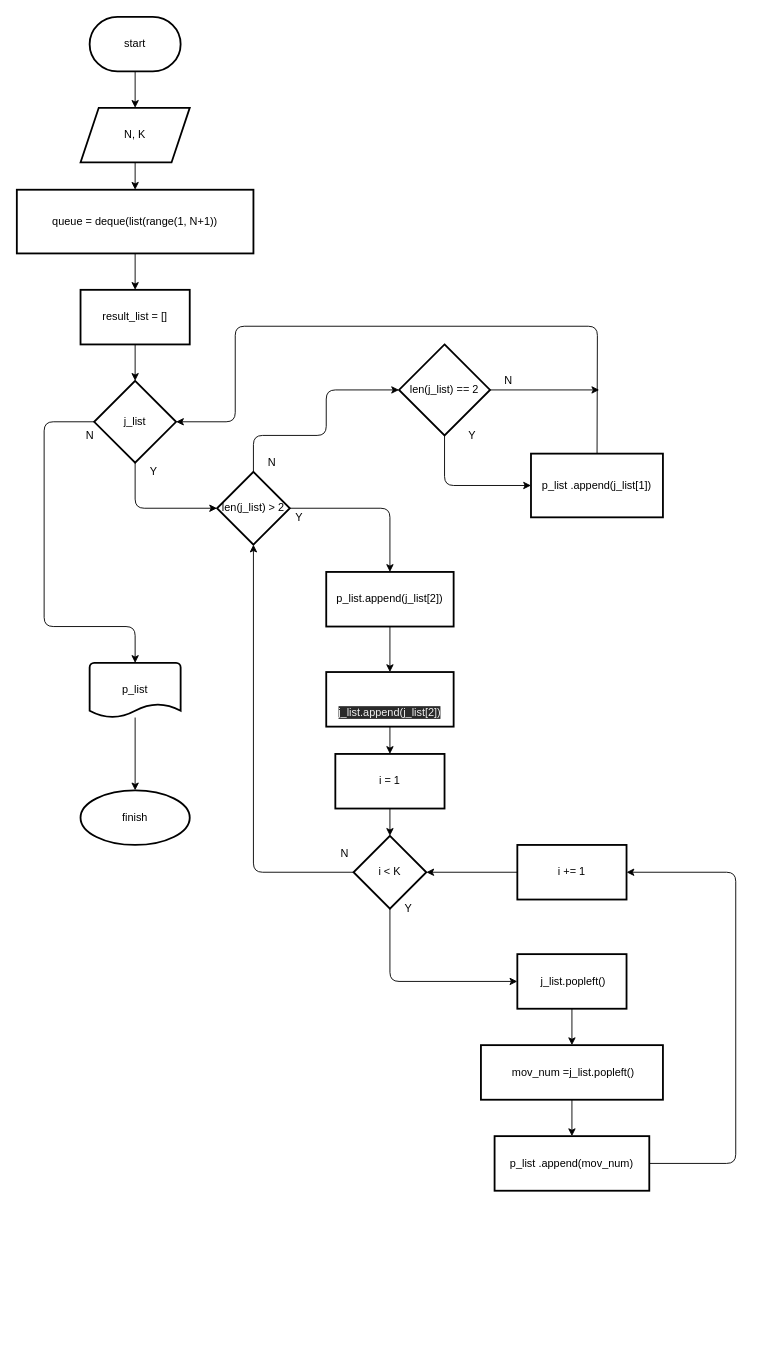
The draw.io diagram stage/20_queue/11866.drawio in Gyeongrok-Oh/boj, before the edit. Source tidied: cells renumbered, new cells numbered last; positions are measured from the earlier drawing's top-left corner, leaving out a move shared by most shapes. Both pictures are drawn from the tidied source at 91%, with x=0, y=0 at pixel (16, 16).
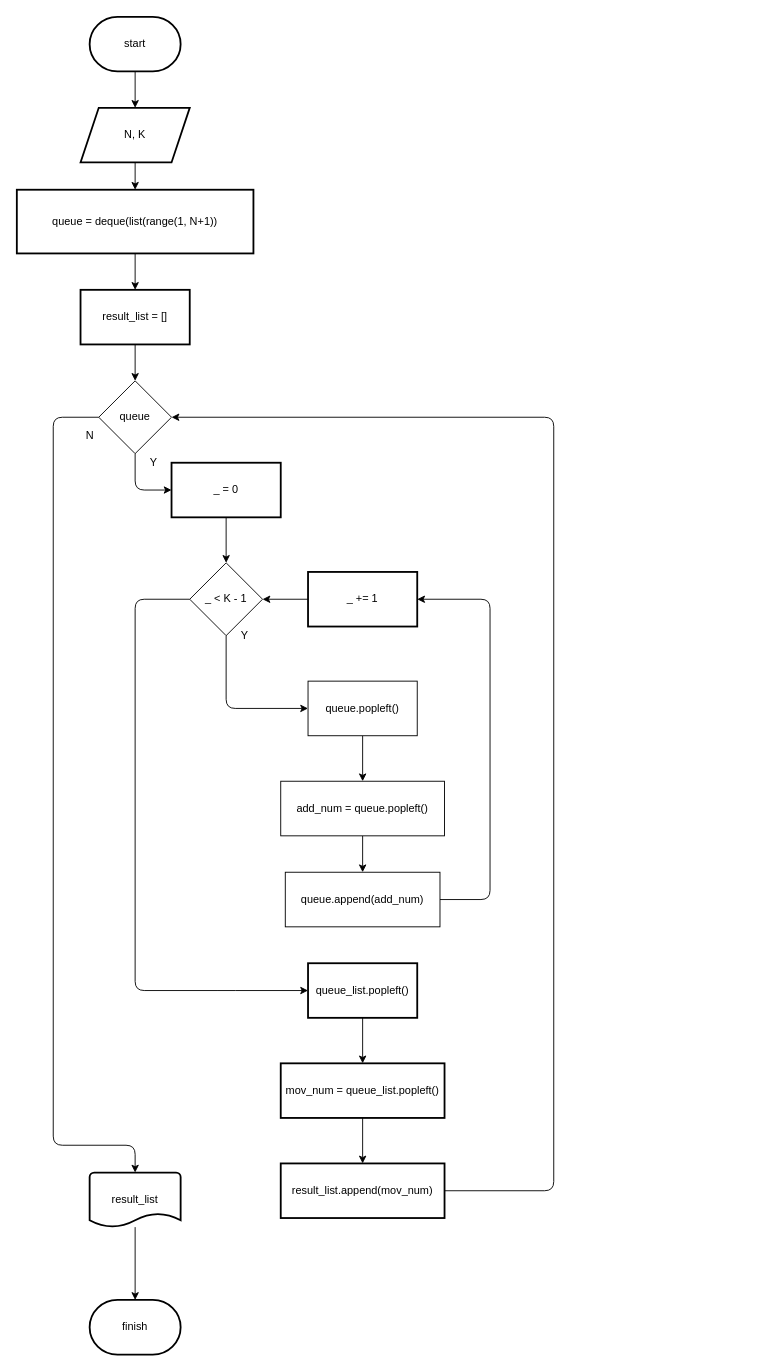
The same page after the edit.

The change refers to these unchanged cells:
```xml
<mxCell id="9" value="result_list = []" style="whiteSpace=wrap;html=1;strokeWidth=2;" parent="1" vertex="1">
  <mxGeometry x="70" y="300" width="120" height="60" as="geometry" />
</mxCell>
```

Change to the diagram source:
```diff
@@
-    <mxCell id="8" style="edgeStyle=none;html=1;" parent="1" edge="1" source="9" target="12">
-      <mxGeometry relative="1" as="geometry" />
+    <mxCell id="8" style="edgeStyle=none;html=1;" parent="1" edge="1" source="9">
+      <mxGeometry relative="1" as="geometry">
+        <mxPoint x="130" y="400" as="targetPoint" />
+      </mxGeometry>
     </mxCell>
@@
-    <mxCell id="10" style="edgeStyle=none;html=1;" parent="1" edge="1" source="12" target="15">
-      <mxGeometry relative="1" as="geometry">
-        <Array as="points">
-          <mxPoint x="130" y="540" />
-        </Array>
-      </mxGeometry>
-    </mxCell>
-    <mxCell id="11" style="edgeStyle=none;html=1;" parent="1" edge="1" source="12">
-      <mxGeometry relative="1" as="geometry">
-        <mxPoint x="130" y="710" as="targetPoint" />
-        <Array as="points">
-          <mxPoint x="30" y="445" />
-          <mxPoint x="30" y="670" />
-          <mxPoint x="130" y="670" />
-        </Array>
-      </mxGeometry>
-    </mxCell>
-    <mxCell id="12" value="j_list" style="rhombus;whiteSpace=wrap;html=1;strokeWidth=2;" parent="1" vertex="1">
-      <mxGeometry x="85" y="400" width="90" height="90" as="geometry" />
-    </mxCell>
-    <mxCell id="13" style="edgeStyle=none;html=1;entryX=0.5;entryY=0;entryDx=0;entryDy=0;" parent="1" edge="1" source="15" target="17">
-      <mxGeometry relative="1" as="geometry">
-        <Array as="points">
-          <mxPoint x="410" y="540" />
-        </Array>
-      </mxGeometry>
-    </mxCell>
-    <mxCell id="14" style="edgeStyle=none;html=1;entryX=0;entryY=0.5;entryDx=0;entryDy=0;entryPerimeter=0;" parent="1" edge="1" source="15" target="37">
-      <mxGeometry relative="1" as="geometry">
-        <Array as="points">
-          <mxPoint x="260" y="460" />
-          <mxPoint x="340" y="460" />
-          <mxPoint x="340" y="410" />
-        </Array>
-      </mxGeometry>
-    </mxCell>
-    <mxCell id="15" value="len(j_list) &amp;gt; 2" style="rhombus;whiteSpace=wrap;html=1;strokeWidth=2;" parent="1" vertex="1">
-      <mxGeometry x="220" y="500" width="80" height="80" as="geometry" />
-    </mxCell>
-    <mxCell id="16" style="edgeStyle=none;html=1;" parent="1" edge="1" source="17" target="19">
-      <mxGeometry relative="1" as="geometry" />
-    </mxCell>
-    <mxCell id="17" value="p_list.append(j_list[2])" style="whiteSpace=wrap;html=1;strokeWidth=2;" parent="1" vertex="1">
-      <mxGeometry x="340" y="610" width="140" height="60" as="geometry" />
-    </mxCell>
-    <mxCell id="18" style="edgeStyle=none;html=1;" parent="1" edge="1" source="19" target="21">
-      <mxGeometry relative="1" as="geometry" />
-    </mxCell>
-    <mxCell id="19" value="&lt;br&gt;&lt;br&gt;&lt;span style=&quot;color: rgb(240 , 240 , 240) ; font-family: &amp;#34;helvetica&amp;#34; ; font-size: 12px ; font-style: normal ; font-weight: 400 ; letter-spacing: normal ; text-align: center ; text-indent: 0px ; text-transform: none ; word-spacing: 0px ; background-color: rgb(42 , 42 , 42) ; display: inline ; float: none&quot;&gt;j_list.append(j_list[2])&lt;/span&gt;&lt;br&gt;" style="whiteSpace=wrap;html=1;strokeWidth=2;" parent="1" vertex="1">
-      <mxGeometry x="340" y="720" width="140" height="60" as="geometry" />
-    </mxCell>
-    <mxCell id="20" style="edgeStyle=none;html=1;" parent="1" edge="1" source="21" target="24">
-      <mxGeometry relative="1" as="geometry" />
-    </mxCell>
-    <mxCell id="21" value="i = 1" style="whiteSpace=wrap;html=1;strokeWidth=2;" parent="1" vertex="1">
-      <mxGeometry x="350" y="810" width="120" height="60" as="geometry" />
-    </mxCell>
-    <mxCell id="22" style="edgeStyle=none;html=1;" parent="1" edge="1" source="24" target="28">
-      <mxGeometry relative="1" as="geometry">
-        <Array as="points">
-          <mxPoint x="410" y="1060" />
-        </Array>
-      </mxGeometry>
-    </mxCell>
-    <mxCell id="23" style="edgeStyle=none;html=1;entryX=0.5;entryY=1;entryDx=0;entryDy=0;" parent="1" edge="1" source="24" target="15">
-      <mxGeometry relative="1" as="geometry">
-        <Array as="points">
-          <mxPoint x="260" y="940" />
-        </Array>
-      </mxGeometry>
-    </mxCell>
-    <mxCell id="24" value="i &amp;lt; K" style="rhombus;whiteSpace=wrap;html=1;strokeWidth=2;" parent="1" vertex="1">
-      <mxGeometry x="370" y="900" width="80" height="80" as="geometry" />
-    </mxCell>
-    <mxCell id="25" style="edgeStyle=none;html=1;" parent="1" edge="1" source="26" target="24">
-      <mxGeometry relative="1" as="geometry" />
-    </mxCell>
-    <mxCell id="26" value="i += 1" style="whiteSpace=wrap;html=1;strokeWidth=2;" parent="1" vertex="1">
-      <mxGeometry x="550" y="910" width="120" height="60" as="geometry" />
-    </mxCell>
-    <mxCell id="27" style="edgeStyle=none;html=1;" parent="1" edge="1" source="28" target="30">
-      <mxGeometry relative="1" as="geometry" />
-    </mxCell>
-    <mxCell id="28" value="&amp;nbsp;j_list.popleft()" style="whiteSpace=wrap;html=1;strokeWidth=2;" parent="1" vertex="1">
-      <mxGeometry x="550" y="1030" width="120" height="60" as="geometry" />
-    </mxCell>
-    <mxCell id="29" style="edgeStyle=none;html=1;" parent="1" edge="1" source="30" target="32">
-      <mxGeometry relative="1" as="geometry" />
-    </mxCell>
-    <mxCell id="30" value="&lt;span&gt;&amp;nbsp;mov_num =j_list.popleft()&lt;/span&gt;" style="whiteSpace=wrap;html=1;strokeWidth=2;" parent="1" vertex="1">
-      <mxGeometry x="510" y="1130" width="200" height="60" as="geometry" />
-    </mxCell>
-    <mxCell id="31" style="edgeStyle=none;html=1;entryX=1;entryY=0.5;entryDx=0;entryDy=0;" parent="1" edge="1" source="32" target="26">
-      <mxGeometry relative="1" as="geometry">
-        <Array as="points">
-          <mxPoint x="790" y="1260" />
-          <mxPoint x="790" y="940" />
-        </Array>
-      </mxGeometry>
-    </mxCell>
-    <mxCell id="32" value="p_list .append(mov_num)" style="whiteSpace=wrap;html=1;strokeWidth=2;" parent="1" vertex="1">
-      <mxGeometry x="525" y="1230" width="170" height="60" as="geometry" />
-    </mxCell>
-    <mxCell id="33" value="Y" style="text;html=1;align=center;verticalAlign=middle;strokeColor=none;fillColor=none;" parent="1" vertex="1">
-      <mxGeometry x="140" y="490" width="20" height="20" as="geometry" />
-    </mxCell>
-    <mxCell id="34" value="Y" style="text;html=1;align=center;verticalAlign=middle;strokeColor=none;fillColor=none;" parent="1" vertex="1">
-      <mxGeometry x="300" y="540" width="20" height="20" as="geometry" />
-    </mxCell>
-    <mxCell id="35" style="edgeStyle=none;html=1;entryX=0;entryY=0.5;entryDx=0;entryDy=0;" parent="1" edge="1" source="37" target="40">
-      <mxGeometry relative="1" as="geometry">
-        <Array as="points">
-          <mxPoint x="470" y="515" />
-        </Array>
-      </mxGeometry>
-    </mxCell>
-    <mxCell id="36" style="edgeStyle=none;html=1;" parent="1" edge="1" source="37">
-      <mxGeometry relative="1" as="geometry">
-        <mxPoint x="640" y="410" as="targetPoint" />
-      </mxGeometry>
-    </mxCell>
-    <mxCell id="37" value="len(j_list) == 2" style="strokeWidth=2;html=1;shape=mxgraph.flowchart.decision;whiteSpace=wrap;" parent="1" vertex="1">
-      <mxGeometry x="420" y="360" width="100" height="100" as="geometry" />
-    </mxCell>
-    <mxCell id="38" value="N" style="text;html=1;align=center;verticalAlign=middle;strokeColor=none;fillColor=none;" parent="1" vertex="1">
-      <mxGeometry x="270" y="480" width="20" height="20" as="geometry" />
-    </mxCell>
-    <mxCell id="39" style="edgeStyle=none;html=1;entryX=1;entryY=0.5;entryDx=0;entryDy=0;" parent="1" edge="1" source="40" target="12">
+    <mxCell id="39" style="edgeStyle=none;html=1;entryX=1;entryY=0.5;entryDx=0;entryDy=0;" parent="1" edge="1">
       <mxGeometry relative="1" as="geometry">
+        <mxPoint x="175" y="445" as="targetPoint" />
         <Array as="points">
           <mxPoint x="638" y="340" />
           <mxPoint x="240" y="340" />
           <mxPoint x="240" y="445" />
         </Array>
       </mxGeometry>
     </mxCell>
-    <mxCell id="40" value="p_list .append(j_list[1])" style="whiteSpace=wrap;html=1;strokeWidth=2;" parent="1" vertex="1">
-      <mxGeometry x="565" y="480" width="145" height="70" as="geometry" />
-    </mxCell>
-    <mxCell id="41" value="Y" style="text;html=1;align=center;verticalAlign=middle;strokeColor=none;fillColor=none;" parent="1" vertex="1">
-      <mxGeometry x="490" y="450" width="20" height="20" as="geometry" />
-    </mxCell>
-    <mxCell id="42" value="N" style="text;html=1;align=center;verticalAlign=middle;strokeColor=none;fillColor=none;" parent="1" vertex="1">
-      <mxGeometry x="530" y="390" width="20" height="20" as="geometry" />
-    </mxCell>
-    <mxCell id="43" style="edgeStyle=none;html=1;" parent="1" edge="1" source="44" target="45">
-      <mxGeometry relative="1" as="geometry" />
-    </mxCell>
-    <mxCell id="44" value="p_list" style="strokeWidth=2;html=1;shape=mxgraph.flowchart.document2;whiteSpace=wrap;size=0.25;" parent="1" vertex="1">
-      <mxGeometry x="80" y="710" width="100" height="60" as="geometry" />
-    </mxCell>
+    <mxCell id="49" style="edgeStyle=none;html=1;entryX=0;entryY=0.5;entryDx=0;entryDy=0;" parent="1" edge="1" source="51" target="53">
+      <mxGeometry relative="1" as="geometry">
+        <Array as="points">
+          <mxPoint x="130" y="520" />
+        </Array>
+      </mxGeometry>
+    </mxCell>
+    <mxCell id="50" style="edgeStyle=none;html=1;" parent="1" edge="1" source="51">
+      <mxGeometry relative="1" as="geometry">
+        <mxPoint x="130" y="1270" as="targetPoint" />
+        <Array as="points">
+          <mxPoint x="40" y="440" />
+          <mxPoint x="40" y="1240" />
+          <mxPoint x="130" y="1240" />
+        </Array>
+      </mxGeometry>
+    </mxCell>
+    <mxCell id="51" value="queue" style="rhombus;whiteSpace=wrap;html=1;" parent="1" vertex="1">
+      <mxGeometry x="90" y="400" width="80" height="80" as="geometry" />
+    </mxCell>
+    <mxCell id="52" style="edgeStyle=none;html=1;" parent="1" edge="1" source="53" target="56">
+      <mxGeometry relative="1" as="geometry" />
+    </mxCell>
+    <mxCell id="53" value="_ = 0" style="whiteSpace=wrap;html=1;strokeWidth=2;" parent="1" vertex="1">
+      <mxGeometry x="170" y="490" width="120" height="60" as="geometry" />
+    </mxCell>
+    <mxCell id="54" style="edgeStyle=none;html=1;" parent="1" edge="1" source="56" target="60">
+      <mxGeometry relative="1" as="geometry">
+        <Array as="points">
+          <mxPoint x="230" y="760" />
+        </Array>
+      </mxGeometry>
+    </mxCell>
+    <mxCell id="55" style="edgeStyle=none;html=1;entryX=0;entryY=0.5;entryDx=0;entryDy=0;" parent="1" edge="1" source="56" target="66">
+      <mxGeometry relative="1" as="geometry">
+        <Array as="points">
+          <mxPoint x="130" y="640" />
+          <mxPoint x="130" y="1070" />
+          <mxPoint x="230" y="1070" />
+        </Array>
+      </mxGeometry>
+    </mxCell>
+    <mxCell id="56" value="_ &amp;lt; K - 1" style="rhombus;whiteSpace=wrap;html=1;" parent="1" vertex="1">
+      <mxGeometry x="190" y="600" width="80" height="80" as="geometry" />
+    </mxCell>
+    <mxCell id="57" style="edgeStyle=none;html=1;" parent="1" edge="1" source="58" target="56">
+      <mxGeometry relative="1" as="geometry" />
+    </mxCell>
+    <mxCell id="58" value="_ += 1" style="whiteSpace=wrap;html=1;strokeWidth=2;" parent="1" vertex="1">
+      <mxGeometry x="320" y="610" width="120" height="60" as="geometry" />
+    </mxCell>
+    <mxCell id="59" style="edgeStyle=none;html=1;" parent="1" edge="1" source="60" target="62">
+      <mxGeometry relative="1" as="geometry" />
+    </mxCell>
+    <mxCell id="60" value="queue.popleft()" style="whiteSpace=wrap;html=1;" parent="1" vertex="1">
+      <mxGeometry x="320" y="730" width="120" height="60" as="geometry" />
+    </mxCell>
+    <mxCell id="61" style="edgeStyle=none;html=1;" parent="1" edge="1" source="62" target="64">
+      <mxGeometry relative="1" as="geometry" />
+    </mxCell>
+    <mxCell id="62" value="add_num = queue.popleft()" style="whiteSpace=wrap;html=1;" parent="1" vertex="1">
+      <mxGeometry x="290" y="840" width="180" height="60" as="geometry" />
+    </mxCell>
+    <mxCell id="63" style="edgeStyle=none;html=1;entryX=1;entryY=0.5;entryDx=0;entryDy=0;" parent="1" edge="1" source="64" target="58">
+      <mxGeometry relative="1" as="geometry">
+        <Array as="points">
+          <mxPoint x="520" y="970" />
+          <mxPoint x="520" y="640" />
+        </Array>
+      </mxGeometry>
+    </mxCell>
+    <mxCell id="64" value="queue.append(add_num)" style="whiteSpace=wrap;html=1;" parent="1" vertex="1">
+      <mxGeometry x="295" y="940" width="170" height="60" as="geometry" />
+    </mxCell>
+    <mxCell id="65" style="edgeStyle=none;html=1;" parent="1" edge="1" source="66" target="69">
+      <mxGeometry relative="1" as="geometry" />
+    </mxCell>
+    <mxCell id="66" value="queue_list.popleft()" style="whiteSpace=wrap;html=1;strokeWidth=2;" parent="1" vertex="1">
+      <mxGeometry x="320" y="1040" width="120" height="60" as="geometry" />
+    </mxCell>
+    <mxCell id="67" value="Y" style="text;html=1;align=center;verticalAlign=middle;strokeColor=none;fillColor=none;" parent="1" vertex="1">
+      <mxGeometry x="240" y="670" width="20" height="20" as="geometry" />
+    </mxCell>
+    <mxCell id="68" style="edgeStyle=none;html=1;" parent="1" edge="1" source="69" target="71">
+      <mxGeometry relative="1" as="geometry" />
+    </mxCell>
+    <mxCell id="69" value="mov_num = queue_list.popleft()" style="whiteSpace=wrap;html=1;strokeWidth=2;" parent="1" vertex="1">
+      <mxGeometry x="290" y="1150" width="180" height="60" as="geometry" />
+    </mxCell>
+    <mxCell id="70" style="edgeStyle=none;html=1;entryX=1;entryY=0.5;entryDx=0;entryDy=0;" parent="1" edge="1" source="71" target="51">
+      <mxGeometry relative="1" as="geometry">
+        <Array as="points">
+          <mxPoint x="590" y="1290" />
+          <mxPoint x="590" y="440" />
+        </Array>
+      </mxGeometry>
+    </mxCell>
+    <mxCell id="71" value="result_list.append(mov_num)" style="whiteSpace=wrap;html=1;strokeWidth=2;" parent="1" vertex="1">
+      <mxGeometry x="290" y="1260" width="180" height="60" as="geometry" />
+    </mxCell>
-    <mxCell id="45" value="finish" style="ellipse;whiteSpace=wrap;html=1;strokeWidth=2;" parent="1" vertex="1">
-      <mxGeometry x="70" y="850" width="120" height="60" as="geometry" />
+    <mxCell id="45" value="finish" style="strokeWidth=2;html=1;shape=mxgraph.flowchart.terminator;whiteSpace=wrap;" parent="1" vertex="1">
+      <mxGeometry x="80" y="1410" width="100" height="60" as="geometry" />
     </mxCell>
+    <mxCell id="72" style="edgeStyle=none;html=1;" parent="1" edge="1" source="73" target="45">
+      <mxGeometry relative="1" as="geometry" />
+    </mxCell>
+    <mxCell id="73" value="result_list" style="strokeWidth=2;html=1;shape=mxgraph.flowchart.document2;whiteSpace=wrap;size=0.25;" parent="1" vertex="1">
+      <mxGeometry x="80" y="1270" width="100" height="60" as="geometry" />
+    </mxCell>
+    <mxCell id="74" value="Y" style="text;html=1;align=center;verticalAlign=middle;strokeColor=none;fillColor=none;" parent="1" vertex="1">
+      <mxGeometry x="140" y="480" width="20" height="20" as="geometry" />
+    </mxCell>
@@
-    <mxCell id="47" value="Y" style="text;html=1;align=center;verticalAlign=middle;strokeColor=none;fillColor=none;" parent="1" vertex="1">
-      <mxGeometry x="420" y="970" width="20" height="20" as="geometry" />
-    </mxCell>
-    <mxCell id="48" value="N" style="text;html=1;align=center;verticalAlign=middle;strokeColor=none;fillColor=none;" parent="1" vertex="1">
-      <mxGeometry x="350" y="910" width="20" height="20" as="geometry" />
-    </mxCell>
```
